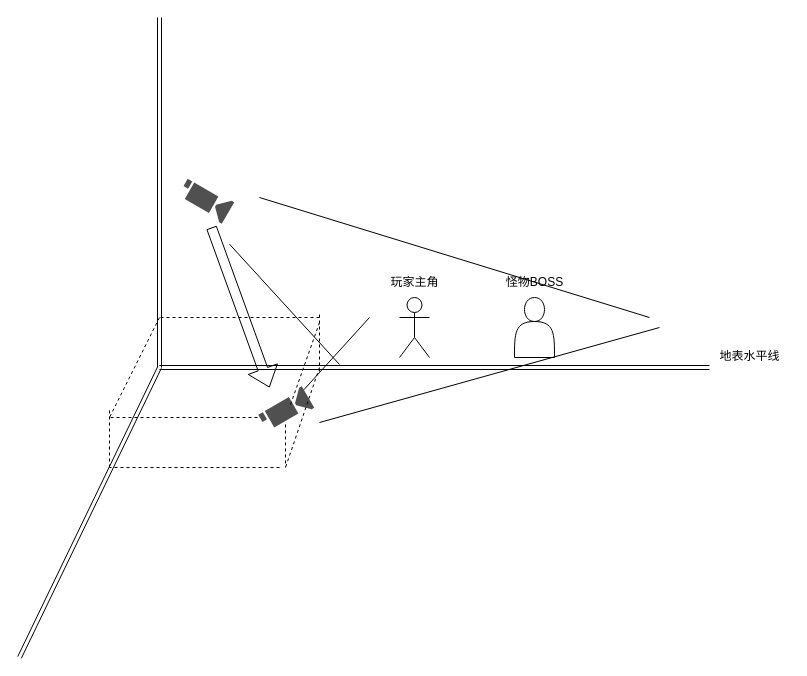
pearhield/test keeps this draw.io diagram as 危相机.drawio. Above is the earlier version. Source tidied: cells renumbered, new cells numbered last; positions are measured from the earlier drawing's top-left corner, leaving out a move shared by most shapes. Both pictures are drawn from the tidied source at 100%, with x=0, y=0 at pixel (19, 17).
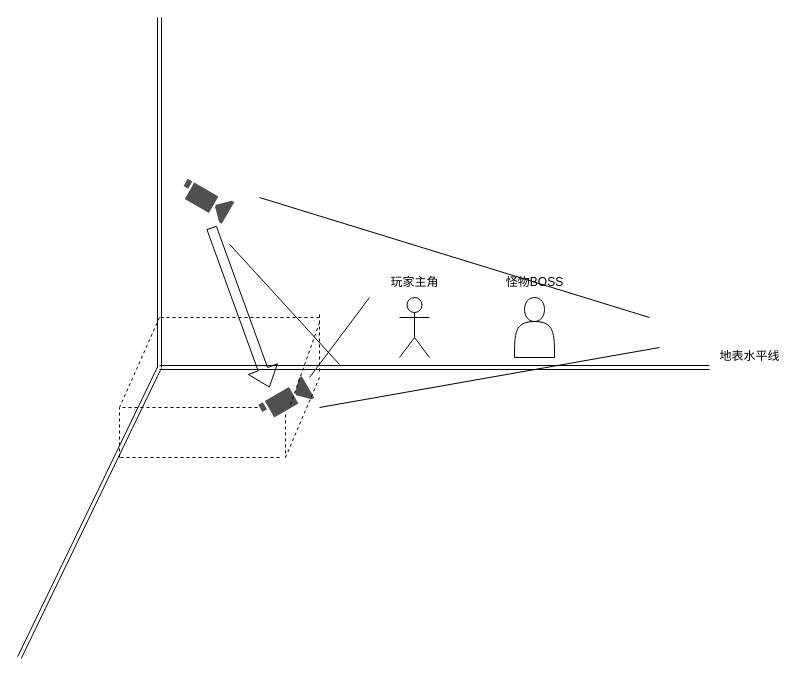
After the change.

Commit message (it also covers changes not shown here):
更新危相机.drawio

Diff of the diagram source:
```diff
@@
     <mxCell id="13" style="sketch=0;shadow=0;dashed=0;html=1;strokeColor=none;fillColor=#505050;labelPosition=center;verticalLabelPosition=bottom;verticalAlign=top;outlineConnect=0;align=center;shape=mxgraph.office.devices.video_camera;rotation=-30;" parent="1" vertex="1">
-      <mxGeometry x="240" y="380" width="52" height="25" as="geometry" />
+      <mxGeometry x="240" y="370" width="52" height="25" as="geometry" />
     </mxCell>
     <mxCell id="14" style="endArrow=none;dashed=1;html=1;rounded=0;exitX=-0.038;exitY=0.2;exitDx=0;exitDy=0;exitPerimeter=0;" parent="1" edge="1" source="13">
       <mxGeometry relative="1" as="geometry">
-        <mxPoint x="90" y="400" as="targetPoint" />
+        <mxPoint x="100" y="390" as="targetPoint" />
       </mxGeometry>
     </mxCell>
@@
     <mxCell id="16" style="endArrow=none;dashed=1;html=1;rounded=0;" parent="1" edge="1">
       <mxGeometry relative="1" as="geometry">
-        <mxPoint x="260" y="450" as="sourcePoint" />
-        <mxPoint x="90" y="450" as="targetPoint" />
+        <mxPoint x="260" y="440" as="sourcePoint" />
+        <mxPoint x="101" y="440" as="targetPoint" />
       </mxGeometry>
     </mxCell>
     <mxCell id="17" style="endArrow=none;dashed=1;html=1;rounded=0;" parent="1" edge="1">
       <mxGeometry relative="1" as="geometry">
-        <mxPoint x="90" y="450" as="sourcePoint" />
-        <mxPoint x="90" y="390" as="targetPoint" />
+        <mxPoint x="100" y="440" as="sourcePoint" />
+        <mxPoint x="100" y="390" as="targetPoint" />
       </mxGeometry>
     </mxCell>
     <mxCell id="18" style="endArrow=none;dashed=1;html=1;rounded=0;" parent="1" edge="1">
       <mxGeometry relative="1" as="geometry">
         <mxPoint x="140" y="300" as="sourcePoint" />
-        <mxPoint x="90" y="400" as="targetPoint" />
+        <mxPoint x="100" y="390" as="targetPoint" />
       </mxGeometry>
     </mxCell>
     <mxCell id="19" style="endArrow=none;dashed=1;html=1;rounded=0;" parent="1" edge="1">
       <mxGeometry relative="1" as="geometry">
-        <mxPoint x="300" y="350" as="sourcePoint" />
-        <mxPoint x="266" y="450" as="targetPoint" />
+        <mxPoint x="300" y="360" as="sourcePoint" />
+        <mxPoint x="266" y="440" as="targetPoint" />
       </mxGeometry>
     </mxCell>
@@
     <mxCell id="21" style="endArrow=none;dashed=1;html=1;rounded=0;" parent="1" edge="1" source="13">
       <mxGeometry relative="1" as="geometry">
-        <mxPoint x="266" y="450" as="targetPoint" />
+        <mxPoint x="266" y="440" as="targetPoint" />
       </mxGeometry>
     </mxCell>
@@
-    <mxCell id="24" style="endArrow=none;html=1;rounded=0;" parent="1" edge="1">
+    <mxCell id="24" style="endArrow=none;html=1;rounded=0;exitX=0.994;exitY=1.44;exitDx=0;exitDy=0;exitPerimeter=0;" parent="1" edge="1" source="13">
       <mxGeometry relative="1" as="geometry">
-        <mxPoint x="300" y="405" as="sourcePoint" />
-        <mxPoint x="640" y="310" as="targetPoint" />
+        <mxPoint x="640" y="330" as="targetPoint" />
       </mxGeometry>
     </mxCell>
-    <mxCell id="25" style="endArrow=none;html=1;rounded=0;" parent="1" edge="1" source="13">
+    <mxCell id="25" style="endArrow=none;html=1;rounded=0;" parent="1" edge="1">
       <mxGeometry relative="1" as="geometry">
-        <mxPoint x="350" y="300" as="targetPoint" />
+        <mxPoint x="290" y="360" as="sourcePoint" />
+        <mxPoint x="350" y="280" as="targetPoint" />
       </mxGeometry>
     </mxCell>
```
